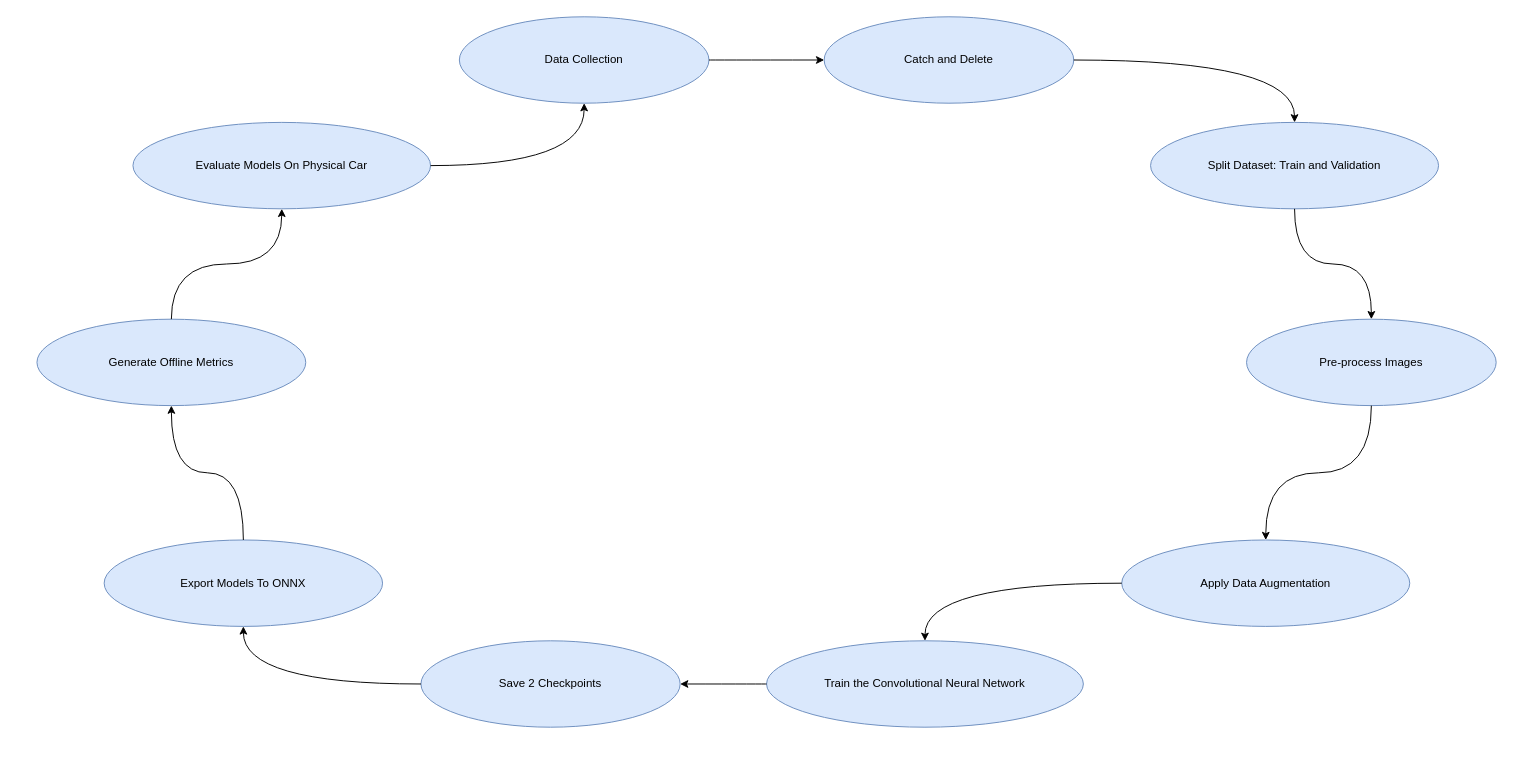
Before: docs/media/presentation_diagrams/SidewalkPilot_Training_Pipeline.drawio in RamCodesBetter/SidewalkPilot, a draw.io diagram. Source tidied: cells renumbered, new cells numbered last; positions are measured from the earlier drawing's top-left corner, leaving out a move shared by most shapes. Both pictures are drawn from the tidied source at 96%, with x=0, y=0 at pixel (36, 16).
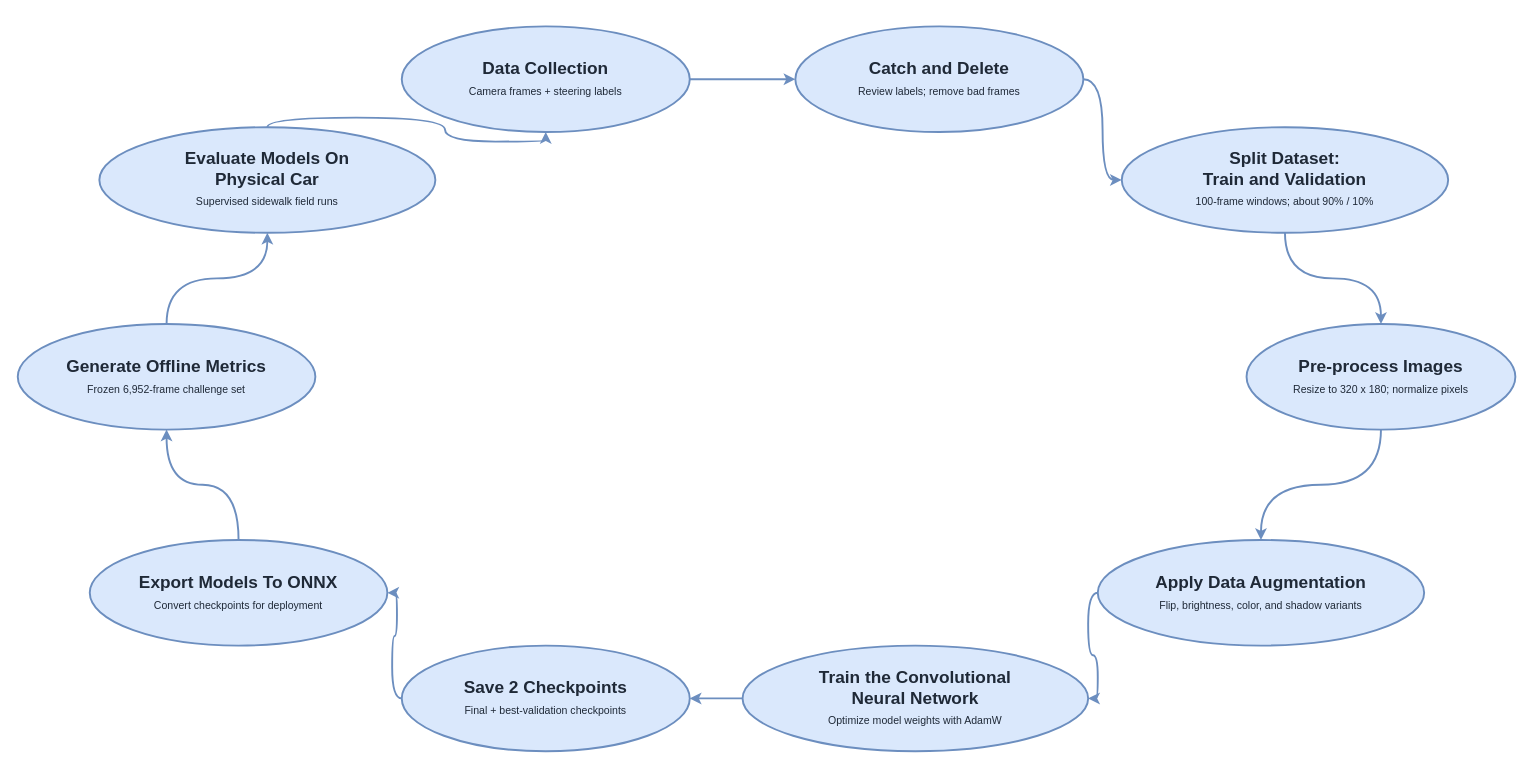
The same diagram, later.

Commit message (it also covers changes not shown here):
Fix presentation training pipeline diagram

What changed in the source:
```diff
@@
+    <mxCell id="9" value="&lt;b&gt;Data Collection&lt;/b&gt;&lt;br&gt;&lt;font style=&quot;font-size:11px&quot;&gt;Camera frames + steering labels&lt;/font&gt;" style="ellipse;whiteSpace=wrap;html=1;fillColor=#dae8fc;strokeColor=#6c8ebf;strokeWidth=2;fontFamily=Arial;fontSize=18;fontColor=#1f2937;align=center;verticalAlign=middle;" parent="1" vertex="1">
+      <mxGeometry x="380" y="10" width="300" height="110" as="geometry" />
+    </mxCell>
+    <mxCell id="10" value="&lt;b&gt;Catch and Delete&lt;/b&gt;&lt;br&gt;&lt;font style=&quot;font-size:11px&quot;&gt;Review labels; remove bad frames&lt;/font&gt;" style="ellipse;whiteSpace=wrap;html=1;fillColor=#dae8fc;strokeColor=#6c8ebf;strokeWidth=2;fontFamily=Arial;fontSize=18;fontColor=#1f2937;align=center;verticalAlign=middle;" parent="1" vertex="1">
+      <mxGeometry x="790" y="10" width="300" height="110" as="geometry" />
+    </mxCell>
+    <mxCell id="11" value="&lt;b&gt;Split Dataset:&lt;br&gt;Train and Validation&lt;/b&gt;&lt;br&gt;&lt;font style=&quot;font-size:11px&quot;&gt;100-frame windows; about 90% / 10%&lt;/font&gt;" style="ellipse;whiteSpace=wrap;html=1;fillColor=#dae8fc;strokeColor=#6c8ebf;strokeWidth=2;fontFamily=Arial;fontSize=18;fontColor=#1f2937;align=center;verticalAlign=middle;" parent="1" vertex="1">
+      <mxGeometry x="1130" y="115" width="340" height="110" as="geometry" />
+    </mxCell>
-    <mxCell id="2" value="Data Collection" style="ellipse;whiteSpace=wrap;html=1;fillColor=#dae8fc;strokeColor=#6c8ebf;" parent="1" vertex="1">
-      <mxGeometry x="440" width="260" height="90" as="geometry" />
+    <mxCell id="2" value="&lt;b&gt;Pre-process Images&lt;/b&gt;&lt;br&gt;&lt;font style=&quot;font-size:11px&quot;&gt;Resize to 320 x 180; normalize pixels&lt;/font&gt;" style="ellipse;whiteSpace=wrap;html=1;fillColor=#dae8fc;strokeColor=#6c8ebf;strokeWidth=2;fontFamily=Arial;fontSize=18;fontColor=#1f2937;align=center;verticalAlign=middle;" parent="1" vertex="1">
+      <mxGeometry x="1260" y="320" width="280" height="110" as="geometry" />
     </mxCell>
-    <mxCell id="3" value="Catch and Delete" style="ellipse;whiteSpace=wrap;html=1;fillColor=#dae8fc;strokeColor=#6c8ebf;" parent="1" vertex="1">
-      <mxGeometry x="820" width="260" height="90" as="geometry" />
+    <mxCell id="3" value="&lt;b&gt;Apply Data Augmentation&lt;/b&gt;&lt;br&gt;&lt;font style=&quot;font-size:11px&quot;&gt;Flip, brightness, color, and shadow variants&lt;/font&gt;" style="ellipse;whiteSpace=wrap;html=1;fillColor=#dae8fc;strokeColor=#6c8ebf;strokeWidth=2;fontFamily=Arial;fontSize=18;fontColor=#1f2937;align=center;verticalAlign=middle;" parent="1" vertex="1">
+      <mxGeometry x="1105" y="545" width="340" height="110" as="geometry" />
     </mxCell>
-    <mxCell id="4" value="Split Dataset: Train and Validation" style="ellipse;whiteSpace=wrap;html=1;fillColor=#dae8fc;strokeColor=#6c8ebf;" parent="1" vertex="1">
-      <mxGeometry x="1160" y="110" width="300" height="90" as="geometry" />
+    <mxCell id="4" value="&lt;b&gt;Train the Convolutional&lt;br&gt;Neural Network&lt;/b&gt;&lt;br&gt;&lt;font style=&quot;font-size:11px&quot;&gt;Optimize model weights with AdamW&lt;/font&gt;" style="ellipse;whiteSpace=wrap;html=1;fillColor=#dae8fc;strokeColor=#6c8ebf;strokeWidth=2;fontFamily=Arial;fontSize=18;fontColor=#1f2937;align=center;verticalAlign=middle;" parent="1" vertex="1">
+      <mxGeometry x="735" y="655" width="360" height="110" as="geometry" />
     </mxCell>
-    <mxCell id="5" value="Pre-process Images" style="ellipse;whiteSpace=wrap;html=1;fillColor=#dae8fc;strokeColor=#6c8ebf;" parent="1" vertex="1">
-      <mxGeometry x="1260" y="315" width="260" height="90" as="geometry" />
+    <mxCell id="5" value="&lt;b&gt;Save 2 Checkpoints&lt;/b&gt;&lt;br&gt;&lt;font style=&quot;font-size:11px&quot;&gt;Final + best-validation checkpoints&lt;/font&gt;" style="ellipse;whiteSpace=wrap;html=1;fillColor=#dae8fc;strokeColor=#6c8ebf;strokeWidth=2;fontFamily=Arial;fontSize=18;fontColor=#1f2937;align=center;verticalAlign=middle;" parent="1" vertex="1">
+      <mxGeometry x="380" y="655" width="300" height="110" as="geometry" />
     </mxCell>
-    <mxCell id="6" value="Apply Data Augmentation" style="ellipse;whiteSpace=wrap;html=1;fillColor=#dae8fc;strokeColor=#6c8ebf;" parent="1" vertex="1">
-      <mxGeometry x="1130" y="545" width="300" height="90" as="geometry" />
+    <mxCell id="6" value="&lt;b&gt;Export Models To ONNX&lt;/b&gt;&lt;br&gt;&lt;font style=&quot;font-size:11px&quot;&gt;Convert checkpoints for deployment&lt;/font&gt;" style="ellipse;whiteSpace=wrap;html=1;fillColor=#dae8fc;strokeColor=#6c8ebf;strokeWidth=2;fontFamily=Arial;fontSize=18;fontColor=#1f2937;align=center;verticalAlign=middle;" parent="1" vertex="1">
+      <mxGeometry x="55" y="545" width="310" height="110" as="geometry" />
     </mxCell>
-    <mxCell id="7" value="Train the Convolutional Neural Network" style="ellipse;whiteSpace=wrap;html=1;fillColor=#dae8fc;strokeColor=#6c8ebf;" parent="1" vertex="1">
-      <mxGeometry x="760" y="650" width="330" height="90" as="geometry" />
+    <mxCell id="7" value="&lt;b&gt;Generate Offline Metrics&lt;/b&gt;&lt;br&gt;&lt;font style=&quot;font-size:11px&quot;&gt;Frozen 6,952-frame challenge set&lt;/font&gt;" style="ellipse;whiteSpace=wrap;html=1;fillColor=#dae8fc;strokeColor=#6c8ebf;strokeWidth=2;fontFamily=Arial;fontSize=18;fontColor=#1f2937;align=center;verticalAlign=middle;" parent="1" vertex="1">
+      <mxGeometry x="-20" y="320" width="310" height="110" as="geometry" />
     </mxCell>
-    <mxCell id="8" value="Save 2 Checkpoints" style="ellipse;whiteSpace=wrap;html=1;fillColor=#dae8fc;strokeColor=#6c8ebf;" parent="1" vertex="1">
-      <mxGeometry x="400" y="650" width="270" height="90" as="geometry" />
+    <mxCell id="8" value="&lt;b&gt;Evaluate Models On&lt;br&gt;Physical Car&lt;/b&gt;&lt;br&gt;&lt;font style=&quot;font-size:11px&quot;&gt;Supervised sidewalk field runs&lt;/font&gt;" style="ellipse;whiteSpace=wrap;html=1;fillColor=#dae8fc;strokeColor=#6c8ebf;strokeWidth=2;fontFamily=Arial;fontSize=18;fontColor=#1f2937;align=center;verticalAlign=middle;" parent="1" vertex="1">
+      <mxGeometry x="65" y="115" width="350" height="110" as="geometry" />
     </mxCell>
-    <mxCell id="9" value="Export Models To ONNX" style="ellipse;whiteSpace=wrap;html=1;fillColor=#dae8fc;strokeColor=#6c8ebf;" parent="1" vertex="1">
-      <mxGeometry x="70" y="545" width="290" height="90" as="geometry" />
-    </mxCell>
-    <mxCell id="10" value="Generate Offline Metrics" style="ellipse;whiteSpace=wrap;html=1;fillColor=#dae8fc;strokeColor=#6c8ebf;" parent="1" vertex="1">
-      <mxGeometry y="315" width="280" height="90" as="geometry" />
-    </mxCell>
-    <mxCell id="11" value="Evaluate Models On Physical Car" style="ellipse;whiteSpace=wrap;html=1;fillColor=#dae8fc;strokeColor=#6c8ebf;" parent="1" vertex="1">
-      <mxGeometry x="100" y="110" width="310" height="90" as="geometry" />
-    </mxCell>
+    <mxCell id="18" style="edgeStyle=orthogonalEdgeStyle;rounded=1;html=1;endArrow=classic;curved=1;strokeColor=#6c8ebf;strokeWidth=2;" parent="1" edge="1" source="9" target="10">
+      <mxGeometry relative="1" as="geometry" />
+    </mxCell>
+    <mxCell id="19" style="edgeStyle=orthogonalEdgeStyle;rounded=1;html=1;endArrow=classic;curved=1;strokeColor=#6c8ebf;strokeWidth=2;" parent="1" edge="1" source="10" target="11">
+      <mxGeometry relative="1" as="geometry" />
+    </mxCell>
+    <mxCell id="20" style="edgeStyle=orthogonalEdgeStyle;rounded=1;html=1;endArrow=classic;curved=1;strokeColor=#6c8ebf;strokeWidth=2;" parent="1" edge="1" source="11" target="2">
+      <mxGeometry relative="1" as="geometry" />
+    </mxCell>
-    <mxCell id="12" style="edgeStyle=orthogonalEdgeStyle;rounded=1;html=1;endArrow=classic;curved=1;" parent="1" edge="1" source="2" target="3">
+    <mxCell id="12" style="edgeStyle=orthogonalEdgeStyle;rounded=1;html=1;endArrow=classic;curved=1;strokeColor=#6c8ebf;strokeWidth=2;" parent="1" edge="1" source="2" target="3">
       <mxGeometry relative="1" as="geometry" />
     </mxCell>
-    <mxCell id="13" style="edgeStyle=orthogonalEdgeStyle;rounded=1;html=1;endArrow=classic;curved=1;" parent="1" edge="1" source="3" target="4">
+    <mxCell id="13" style="edgeStyle=orthogonalEdgeStyle;rounded=1;html=1;endArrow=classic;curved=1;strokeColor=#6c8ebf;strokeWidth=2;" parent="1" edge="1" source="3" target="4">
       <mxGeometry relative="1" as="geometry" />
     </mxCell>
-    <mxCell id="14" style="edgeStyle=orthogonalEdgeStyle;rounded=1;html=1;endArrow=classic;curved=1;" parent="1" edge="1" source="4" target="5">
+    <mxCell id="14" style="edgeStyle=orthogonalEdgeStyle;rounded=1;html=1;endArrow=classic;curved=1;strokeColor=#6c8ebf;strokeWidth=2;" parent="1" edge="1" source="4" target="5">
       <mxGeometry relative="1" as="geometry" />
     </mxCell>
-    <mxCell id="15" style="edgeStyle=orthogonalEdgeStyle;rounded=1;html=1;endArrow=classic;curved=1;" parent="1" edge="1" source="5" target="6">
+    <mxCell id="15" style="edgeStyle=orthogonalEdgeStyle;rounded=1;html=1;endArrow=classic;curved=1;strokeColor=#6c8ebf;strokeWidth=2;" parent="1" edge="1" source="5" target="6">
       <mxGeometry relative="1" as="geometry" />
     </mxCell>
-    <mxCell id="16" style="edgeStyle=orthogonalEdgeStyle;rounded=1;html=1;endArrow=classic;curved=1;" parent="1" edge="1" source="6" target="7">
+    <mxCell id="16" style="edgeStyle=orthogonalEdgeStyle;rounded=1;html=1;endArrow=classic;curved=1;strokeColor=#6c8ebf;strokeWidth=2;" parent="1" edge="1" source="6" target="7">
       <mxGeometry relative="1" as="geometry" />
     </mxCell>
-    <mxCell id="17" style="edgeStyle=orthogonalEdgeStyle;rounded=1;html=1;endArrow=classic;curved=1;" parent="1" edge="1" source="7" target="8">
+    <mxCell id="17" style="edgeStyle=orthogonalEdgeStyle;rounded=1;html=1;endArrow=classic;curved=1;strokeColor=#6c8ebf;strokeWidth=2;" parent="1" edge="1" source="7" target="8">
       <mxGeometry relative="1" as="geometry" />
     </mxCell>
-    <mxCell id="18" style="edgeStyle=orthogonalEdgeStyle;rounded=1;html=1;endArrow=classic;curved=1;" parent="1" edge="1" source="8" target="9">
-      <mxGeometry relative="1" as="geometry" />
-    </mxCell>
-    <mxCell id="19" style="edgeStyle=orthogonalEdgeStyle;rounded=1;html=1;endArrow=classic;curved=1;" parent="1" edge="1" source="9" target="10">
-      <mxGeometry relative="1" as="geometry" />
-    </mxCell>
-    <mxCell id="20" style="edgeStyle=orthogonalEdgeStyle;rounded=1;html=1;endArrow=classic;curved=1;" parent="1" edge="1" source="10" target="11">
-      <mxGeometry relative="1" as="geometry" />
-    </mxCell>
-    <mxCell id="21" style="edgeStyle=orthogonalEdgeStyle;rounded=1;html=1;endArrow=classic;curved=1;" parent="1" edge="1" source="11" target="2">
+    <mxCell id="21" style="edgeStyle=orthogonalEdgeStyle;rounded=1;html=1;endArrow=classic;curved=1;strokeColor=#6c8ebf;strokeWidth=2;" parent="1" edge="1" source="8" target="9">
       <mxGeometry relative="1" as="geometry" />
     </mxCell>
```
